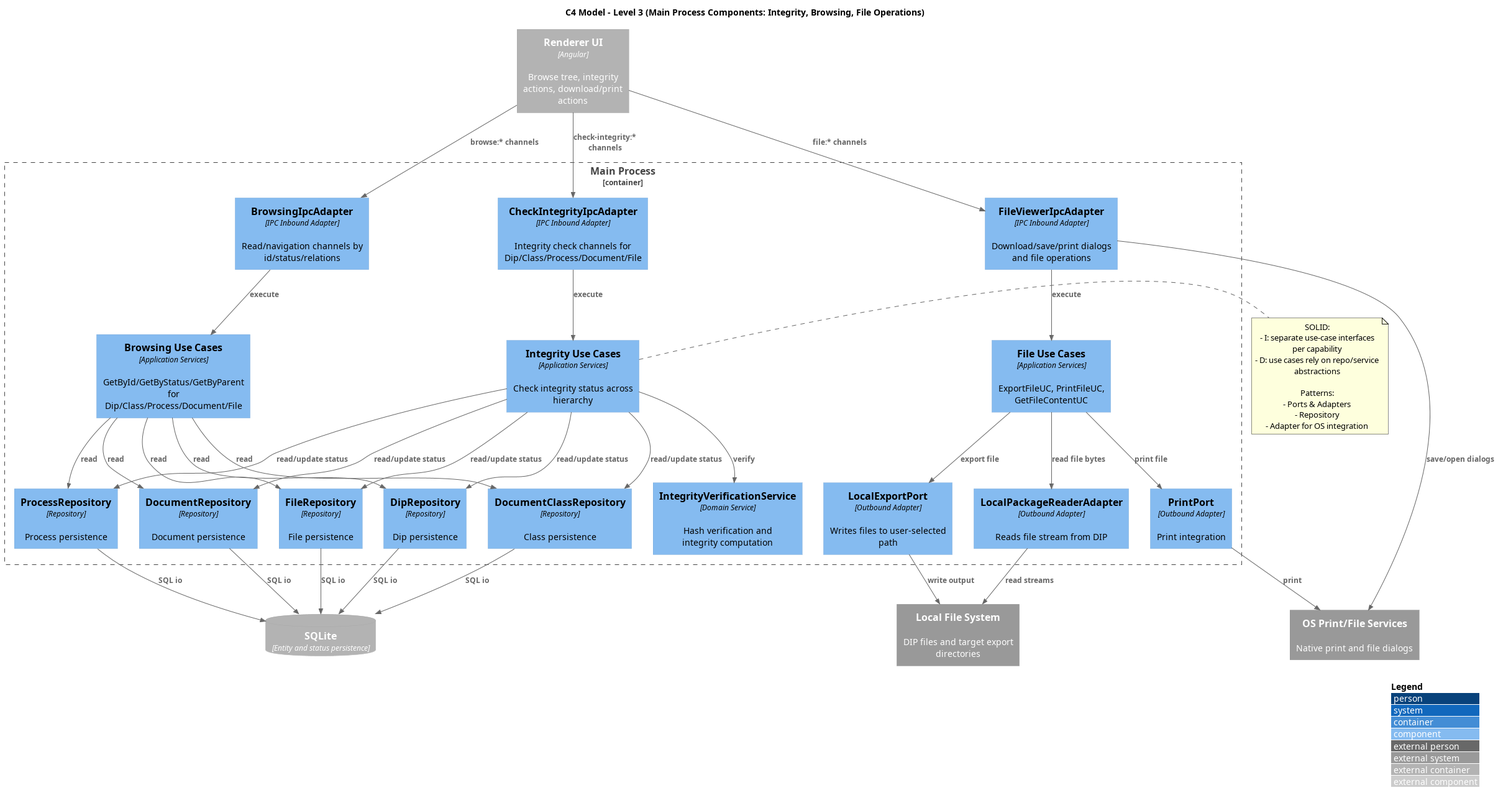
Before: out/3_PB/DocumentiEsterni/DiagrammiSpecificaTecnica/generated_/architecture/c1-c3/C3-main-integrity-browsing-fileops/C3_Main_Integrity_Browsing_FileOps.png, a diagram exported from PlantUML (7-ZPUs/Docs). Source of this version:
```plantuml
@startuml C3_Main_Integrity_Browsing_FileOps
!includeurl https://raw.githubusercontent.com/plantuml-stdlib/C4-PlantUML/master/C4_Component.puml

title C4 Model - Level 3 (Main Process Components: Integrity, Browsing, File Operations)

LAYOUT_WITH_LEGEND()

Container_Boundary(main_container, "Main Process") {
  Component(browsing_ipc, "BrowsingIpcAdapter", "IPC Inbound Adapter", "Read/navigation channels by id/status/relations")
  Component(integrity_ipc, "CheckIntegrityIpcAdapter", "IPC Inbound Adapter", "Integrity check channels for Dip/Class/Process/Document/File")
  Component(file_ipc, "FileViewerIpcAdapter", "IPC Inbound Adapter", "Download/save/print dialogs and file operations")

  Component(browse_ucs, "Browsing Use Cases", "Application Services", "GetById/GetByStatus/GetByParent for Dip/Class/Process/Document/File")
  Component(integrity_ucs, "Integrity Use Cases", "Application Services", "Check integrity status across hierarchy")
  Component(file_ucs, "File Use Cases", "Application Services", "ExportFileUC, PrintFileUC, GetFileContentUC")

  Component(integrity_service, "IntegrityVerificationService", "Domain Service", "Hash verification and integrity computation")

  Component(dip_repo, "DipRepository", "Repository", "Dip persistence")
  Component(class_repo, "DocumentClassRepository", "Repository", "Class persistence")
  Component(process_repo, "ProcessRepository", "Repository", "Process persistence")
  Component(doc_repo, "DocumentRepository", "Repository", "Document persistence")
  Component(file_repo, "FileRepository", "Repository", "File persistence")

  Component(export_port, "LocalExportPort", "Outbound Adapter", "Writes files to user-selected path")
  Component(print_port, "PrintPort", "Outbound Adapter", "Print integration")
  Component(package_reader, "LocalPackageReaderAdapter", "Outbound Adapter", "Reads file stream from DIP")
}

Container_Ext(renderer, "Renderer UI", "Angular", "Browse tree, integrity actions, download/print actions")
ContainerDb_Ext(sqlite, "SQLite", "Entity and status persistence")
System_Ext(local_fs, "Local File System", "DIP files and target export directories")
System_Ext(os_services, "OS Print/File Services", "Native print and file dialogs")

Rel(renderer, browsing_ipc, "browse:* channels")
Rel(renderer, integrity_ipc, "check-integrity:* channels")
Rel(renderer, file_ipc, "file:* channels")

Rel(browsing_ipc, browse_ucs, "execute")
Rel(integrity_ipc, integrity_ucs, "execute")
Rel(file_ipc, file_ucs, "execute")

Rel(integrity_ucs, integrity_service, "verify")

Rel(browse_ucs, dip_repo, "read")
Rel(browse_ucs, class_repo, "read")
Rel(browse_ucs, process_repo, "read")
Rel(browse_ucs, doc_repo, "read")
Rel(browse_ucs, file_repo, "read")

Rel(integrity_ucs, dip_repo, "read/update status")
Rel(integrity_ucs, class_repo, "read/update status")
Rel(integrity_ucs, process_repo, "read/update status")
Rel(integrity_ucs, doc_repo, "read/update status")
Rel(integrity_ucs, file_repo, "read/update status")

Rel(file_ucs, package_reader, "read file bytes")
Rel(file_ucs, export_port, "export file")
Rel(file_ucs, print_port, "print file")

Rel(dip_repo, sqlite, "SQL io")
Rel(class_repo, sqlite, "SQL io")
Rel(process_repo, sqlite, "SQL io")
Rel(doc_repo, sqlite, "SQL io")
Rel(file_repo, sqlite, "SQL io")

Rel(package_reader, local_fs, "read streams")
Rel(export_port, local_fs, "write output")
Rel(print_port, os_services, "print")
Rel(file_ipc, os_services, "save/open dialogs")

note right of integrity_ucs
SOLID:
- I: separate use-case interfaces per capability
- D: use cases rely on repo/service abstractions

Patterns:
- Ports & Adapters
- Repository
- Adapter for OS integration
end note

@enduml
```
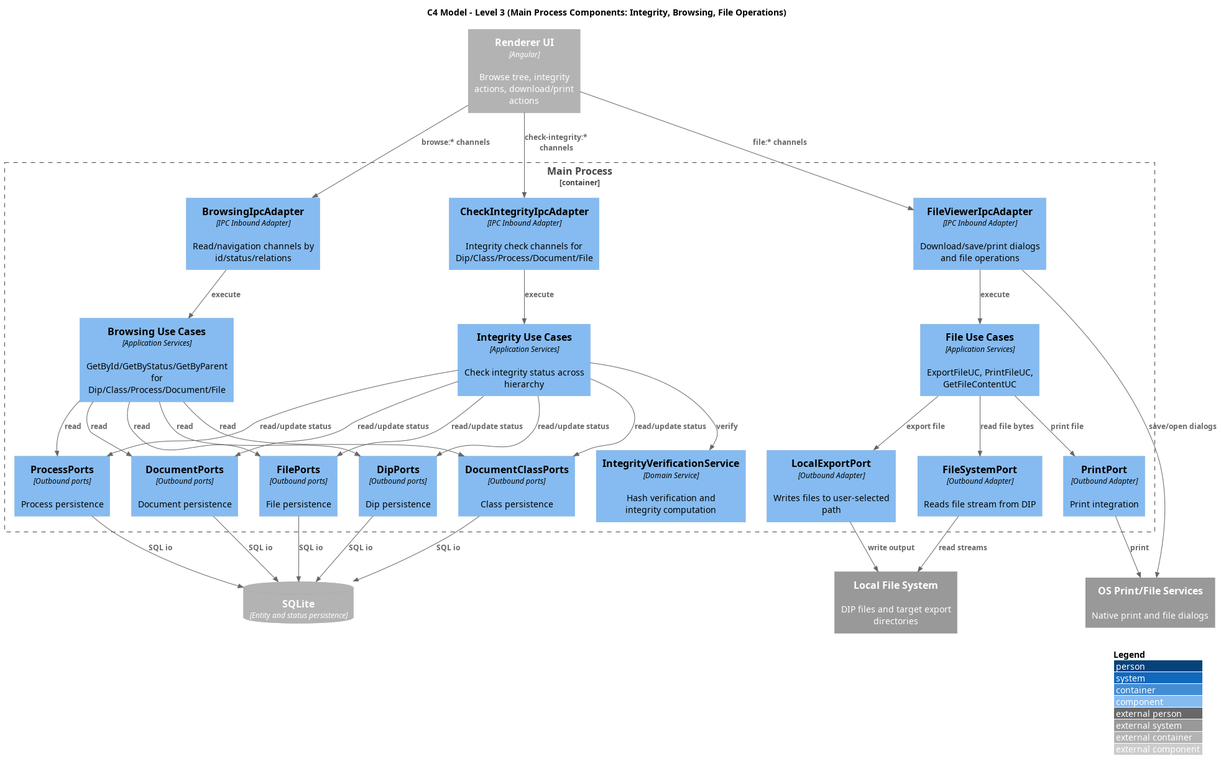
The same diagram one commit later.

What changed in the source:
```diff
@@ -16,15 +16,15 @@
 
   Component(integrity_service, "IntegrityVerificationService", "Domain Service", "Hash verification and integrity computation")
 
-  Component(dip_repo, "DipRepository", "Repository", "Dip persistence")
-  Component(class_repo, "DocumentClassRepository", "Repository", "Class persistence")
-  Component(process_repo, "ProcessRepository", "Repository", "Process persistence")
-  Component(doc_repo, "DocumentRepository", "Repository", "Document persistence")
-  Component(file_repo, "FileRepository", "Repository", "File persistence")
+  Component(dip_repo, "DipPorts", "Outbound ports", "Dip persistence")
+  Component(class_repo, "DocumentClassPorts", "Outbound ports", "Class persistence")
+  Component(process_repo, "ProcessPorts", "Outbound ports", "Process persistence")
+  Component(doc_repo, "DocumentPorts", "Outbound ports", "Document persistence")
+  Component(file_repo, "FilePorts", "Outbound ports", "File persistence")
 
   Component(export_port, "LocalExportPort", "Outbound Adapter", "Writes files to user-selected path")
   Component(print_port, "PrintPort", "Outbound Adapter", "Print integration")
-  Component(package_reader, "LocalPackageReaderAdapter", "Outbound Adapter", "Reads file stream from DIP")
+  Component(package_reader, "FileSystemPort", "Outbound Adapter", "Reads file stream from DIP")
 }
 
 Container_Ext(renderer, "Renderer UI", "Angular", "Browse tree, integrity actions, download/print actions")
@@ -69,15 +69,4 @@
 Rel(print_port, os_services, "print")
 Rel(file_ipc, os_services, "save/open dialogs")
 
-note right of integrity_ucs
-SOLID:
-- I: separate use-case interfaces per capability
-- D: use cases rely on repo/service abstractions
-
-Patterns:
-- Ports & Adapters
-- Repository
-- Adapter for OS integration
-end note
-
 @enduml
```
